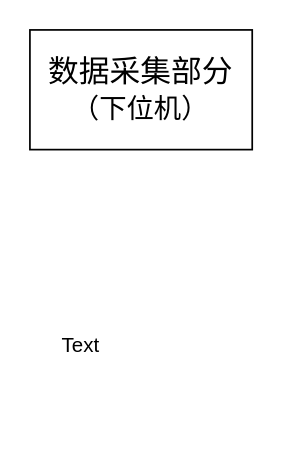
Above: 风力发电机SCADA系统数据传输方式 1.drawio in Abccccd/-2 (draw.io), before the change. Source tidied: cells renumbered, new cells numbered last; positions are measured from the earlier drawing's top-left corner, leaving out a move shared by most shapes. Both pictures are drawn from the tidied source at 171%, with x=0, y=0 at pixel (29, 29).
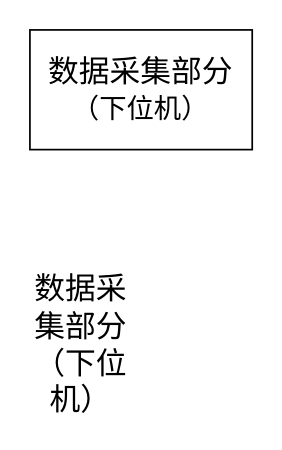
The same page after the edit.

Commit message:
更新风力发电机SCADA系统数据传输方式 1.drawio

Diff of the diagram source:
```diff
@@
 <mxGraphModel>
   <root>
     <mxCell id="0" />
     <mxCell id="1" parent="0" />
     <mxCell id="2" value="&lt;font face=&quot;SimSun&quot; style=&quot;font-size: 18px;&quot;&gt;数据采集部分&lt;/font&gt;&lt;div&gt;&lt;font size=&quot;3&quot; face=&quot;SimSun&quot; style=&quot;&quot;&gt;（下位机）&lt;/font&gt;&lt;/div&gt;" style="rounded=0;whiteSpace=wrap;html=1;" parent="1" vertex="1">
       <mxGeometry width="130" height="70" as="geometry" />
     </mxCell>
-    <mxCell id="3" value="Text" style="text;html=1;align=center;verticalAlign=middle;whiteSpace=wrap;rounded=0;" parent="1" vertex="1">
+    <mxCell id="3" value="&lt;font face=&quot;SimSun&quot;&gt;&lt;span style=&quot;font-size: 18px;&quot;&gt;数据采集部分（下位机）&lt;/span&gt;&lt;/font&gt;" style="text;html=1;align=center;verticalAlign=middle;whiteSpace=wrap;rounded=0;" parent="1" vertex="1">
       <mxGeometry y="170" width="60" height="30" as="geometry" />
     </mxCell>
   </root>
 </mxGraphModel>
```
